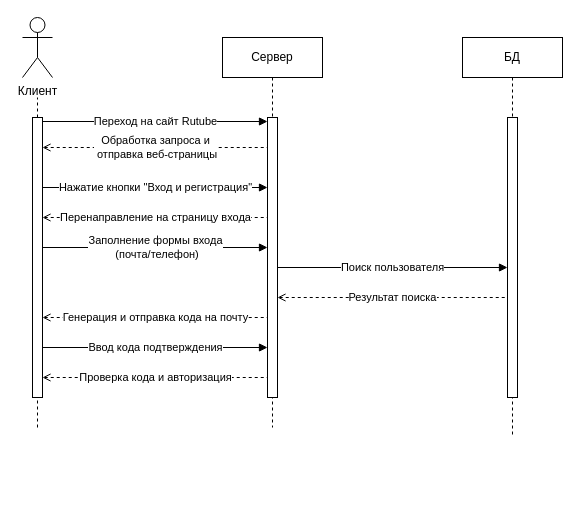
Before: uml sequence Авторизация Rutube.drawio in SvetlanaCH01/-, a draw.io diagram. Source tidied: cells renumbered, new cells numbered last; positions are measured from the earlier drawing's top-left corner, leaving out a move shared by most shapes. Both pictures are drawn from the tidied source at 100%, with x=0, y=0 at pixel (22, 17).
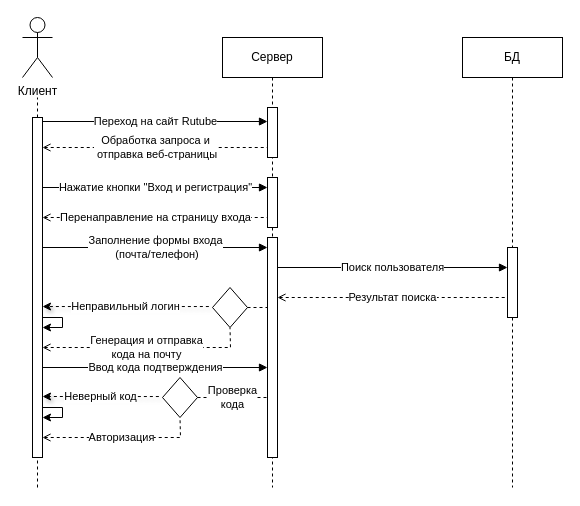
Above is the later version.

The edit, as a diff of the source:
```diff
@@
     <mxCell id="2" value="БД" style="shape=umlLifeline;perimeter=lifelinePerimeter;whiteSpace=wrap;html=1;newEdgeStyle={&quot;edgeStyle&quot;:&quot;elbowEdgeStyle&quot;,&quot;elbow&quot;:&quot;vertical&quot;,&quot;curved&quot;:0,&quot;rounded&quot;:0};" parent="1" vertex="1">
-      <mxGeometry x="440" y="20" width="100" height="400" as="geometry" />
+      <mxGeometry x="440" y="20" width="100" height="450" as="geometry" />
     </mxCell>
     <mxCell id="3" style="html=1;perimeter=orthogonalPerimeter;targetShapes=umlLifeline;newEdgeStyle={&quot;edgeStyle&quot;:&quot;elbowEdgeStyle&quot;,&quot;elbow&quot;:&quot;vertical&quot;,&quot;curved&quot;:0,&quot;rounded&quot;:0};" parent="2" vertex="1">
-      <mxGeometry x="45" y="80" width="10" height="280" as="geometry" />
+      <mxGeometry x="45" y="210" width="10" height="70" as="geometry" />
     </mxCell>
     <mxCell id="4" value="Сервер" style="shape=umlLifeline;perimeter=lifelinePerimeter;whiteSpace=wrap;html=1;newEdgeStyle={&quot;edgeStyle&quot;:&quot;elbowEdgeStyle&quot;,&quot;elbow&quot;:&quot;vertical&quot;,&quot;curved&quot;:0,&quot;rounded&quot;:0};" parent="1" vertex="1">
-      <mxGeometry x="200" y="20" width="100" height="390" as="geometry" />
+      <mxGeometry x="200" y="20" width="100" height="450" as="geometry" />
     </mxCell>
-    <mxCell id="5" style="html=1;points=[];perimeter=orthogonalPerimeter;outlineConnect=0;targetShapes=umlLifeline;portConstraint=eastwest;newEdgeStyle={&quot;edgeStyle&quot;:&quot;elbowEdgeStyle&quot;,&quot;elbow&quot;:&quot;vertical&quot;,&quot;curved&quot;:0,&quot;rounded&quot;:0};" parent="1" vertex="1">
-      <mxGeometry x="245" y="100" width="10" height="280" as="geometry" />
-    </mxCell>
+    <mxCell id="20" style="html=1;perimeter=orthogonalPerimeter;targetShapes=umlLifeline;newEdgeStyle={&quot;edgeStyle&quot;:&quot;elbowEdgeStyle&quot;,&quot;elbow&quot;:&quot;vertical&quot;,&quot;curved&quot;:0,&quot;rounded&quot;:0};" parent="4" vertex="1">
+      <mxGeometry x="45" y="70" width="10" height="50" as="geometry" />
+    </mxCell>
+    <mxCell id="21" style="html=1;perimeter=orthogonalPerimeter;targetShapes=umlLifeline;newEdgeStyle={&quot;edgeStyle&quot;:&quot;elbowEdgeStyle&quot;,&quot;elbow&quot;:&quot;vertical&quot;,&quot;curved&quot;:0,&quot;rounded&quot;:0};" parent="4" vertex="1">
+      <mxGeometry x="45" y="140" width="10" height="50" as="geometry" />
+    </mxCell>
+    <mxCell id="22" style="html=1;perimeter=orthogonalPerimeter;targetShapes=umlLifeline;newEdgeStyle={&quot;edgeStyle&quot;:&quot;elbowEdgeStyle&quot;,&quot;elbow&quot;:&quot;vertical&quot;,&quot;curved&quot;:0,&quot;rounded&quot;:0};" parent="4" vertex="1">
+      <mxGeometry x="45" y="200" width="10" height="220" as="geometry" />
+    </mxCell>
@@
     <mxCell id="8" style="endArrow=none;dashed=1;html=1;rounded=0;" parent="1" edge="1" target="9">
       <mxGeometry relative="1" as="geometry">
-        <mxPoint x="15" y="410" as="sourcePoint" />
+        <mxPoint x="15" y="470" as="sourcePoint" />
       </mxGeometry>
     </mxCell>
     <mxCell id="9" style="html=1;points=[];perimeter=orthogonalPerimeter;outlineConnect=0;targetShapes=umlLifeline;portConstraint=eastwest;newEdgeStyle={&quot;edgeStyle&quot;:&quot;elbowEdgeStyle&quot;,&quot;elbow&quot;:&quot;vertical&quot;,&quot;curved&quot;:0,&quot;rounded&quot;:0};" parent="1" vertex="1">
-      <mxGeometry x="10" y="100" width="10" height="280" as="geometry" />
+      <mxGeometry x="10" y="100" width="10" height="340" as="geometry" />
     </mxCell>
-    <mxCell id="10" value="Переход на сайт Rutube" style="endArrow=block;html=1;rounded=0;endFill=1;fontSize=11;" parent="1" edge="1" target="5">
+    <mxCell id="10" value="Переход на сайт Rutube" style="endArrow=block;html=1;rounded=0;endFill=1;fontSize=11;" parent="1" edge="1">
       <mxGeometry relative="1" as="geometry">
         <mxPoint x="20" y="104" as="sourcePoint" />
+        <mxPoint x="245" y="104" as="targetPoint" />
       </mxGeometry>
     </mxCell>
@@
-    <mxCell id="17" value="Генерация и отправка кода на почту" style="endArrow=none;html=1;rounded=0;startArrow=open;startFill=0;endFill=0;dashed=1;fontSize=11;" parent="1" edge="1">
+    <mxCell id="17" value="Генерация и отправка &lt;br&gt;кода на почту" style="endArrow=none;html=1;rounded=0;startArrow=open;startFill=0;endFill=0;dashed=1;fontSize=11;entryX=0.5;entryY=1;entryDx=0;entryDy=0;" parent="1" edge="1" target="23">
       <mxGeometry relative="1" as="geometry">
-        <mxPoint x="20" y="300" as="sourcePoint" />
-        <mxPoint x="245" y="300" as="targetPoint" />
+        <mxPoint x="20" y="330" as="sourcePoint" />
+        <Array as="points">
+          <mxPoint x="208" y="330" />
+        </Array>
       </mxGeometry>
     </mxCell>
     <mxCell id="18" value="Ввод кода подтверждения" style="endArrow=block;html=1;rounded=0;endFill=1;fontSize=11;" parent="1" edge="1">
       <mxGeometry relative="1" as="geometry">
-        <mxPoint x="20" y="330" as="sourcePoint" />
-        <mxPoint x="245" y="330" as="targetPoint" />
+        <mxPoint x="20" y="350" as="sourcePoint" />
+        <mxPoint x="245" y="350" as="targetPoint" />
       </mxGeometry>
     </mxCell>
-    <mxCell id="19" value="Проверка кода и авторизация" style="endArrow=none;html=1;rounded=0;startArrow=open;startFill=0;endFill=0;dashed=1;fontSize=11;" parent="1" edge="1">
-      <mxGeometry relative="1" as="geometry">
-        <mxPoint x="20" y="360" as="sourcePoint" />
-        <mxPoint x="245" y="360" as="targetPoint" />
-      </mxGeometry>
-    </mxCell>
+    <mxCell id="23" style="rhombus;whiteSpace=wrap;html=1;" parent="1" vertex="1">
+      <mxGeometry x="190" y="270" width="35" height="40" as="geometry" />
+    </mxCell>
+    <mxCell id="24" style="endArrow=none;dashed=1;html=1;rounded=0;exitX=1;exitY=0.5;exitDx=0;exitDy=0;" parent="1" edge="1" source="23">
+      <mxGeometry relative="1" as="geometry">
+        <mxPoint x="245" y="290" as="targetPoint" />
+      </mxGeometry>
+    </mxCell>
+    <mxCell id="25" value="Неправильный логин" style="endArrow=classic;html=1;rounded=0;shadow=1;exitX=-0.104;exitY=0.476;exitDx=0;exitDy=0;exitPerimeter=0;dashed=1;" parent="1" edge="1" source="23" target="9">
+      <mxGeometry relative="1" as="geometry" />
+    </mxCell>
+    <mxCell id="26" style="endArrow=classic;html=1;rounded=0;" parent="1" edge="1" target="9">
+      <mxGeometry relative="1" as="geometry">
+        <mxPoint x="20" y="300" as="sourcePoint" />
+        <Array as="points">
+          <mxPoint x="40" y="300" />
+          <mxPoint x="40" y="310" />
+        </Array>
+      </mxGeometry>
+    </mxCell>
+    <mxCell id="27" value="Авторизация" style="endArrow=none;html=1;rounded=0;startArrow=open;startFill=0;endFill=0;dashed=1;fontSize=11;entryX=0.5;entryY=1;entryDx=0;entryDy=0;" parent="1" edge="1" target="28">
+      <mxGeometry relative="1" as="geometry">
+        <mxPoint x="20" y="420" as="sourcePoint" />
+        <Array as="points">
+          <mxPoint x="158" y="420" />
+        </Array>
+      </mxGeometry>
+    </mxCell>
+    <mxCell id="28" style="rhombus;whiteSpace=wrap;html=1;" parent="1" vertex="1">
+      <mxGeometry x="140" y="360" width="35" height="40" as="geometry" />
+    </mxCell>
+    <mxCell id="29" value="Проверка&lt;br&gt;кода" style="endArrow=none;dashed=1;html=1;rounded=0;exitX=1;exitY=0.5;exitDx=0;exitDy=0;" parent="1" edge="1" source="28">
+      <mxGeometry relative="1" as="geometry">
+        <mxPoint x="245" y="380" as="targetPoint" />
+      </mxGeometry>
+    </mxCell>
+    <mxCell id="30" value="Неверный код" style="endArrow=classic;html=1;rounded=0;shadow=1;exitX=-0.104;exitY=0.476;exitDx=0;exitDy=0;exitPerimeter=0;dashed=1;" parent="1" edge="1" source="28">
+      <mxGeometry relative="1" as="geometry">
+        <mxPoint x="20" y="379" as="targetPoint" />
+      </mxGeometry>
+    </mxCell>
+    <mxCell id="31" style="endArrow=classic;html=1;rounded=0;" parent="1" edge="1">
+      <mxGeometry relative="1" as="geometry">
+        <mxPoint x="20" y="390" as="sourcePoint" />
+        <mxPoint x="20" y="400" as="targetPoint" />
+        <Array as="points">
+          <mxPoint x="40" y="390" />
+          <mxPoint x="40" y="400" />
+        </Array>
+      </mxGeometry>
+    </mxCell>
```
